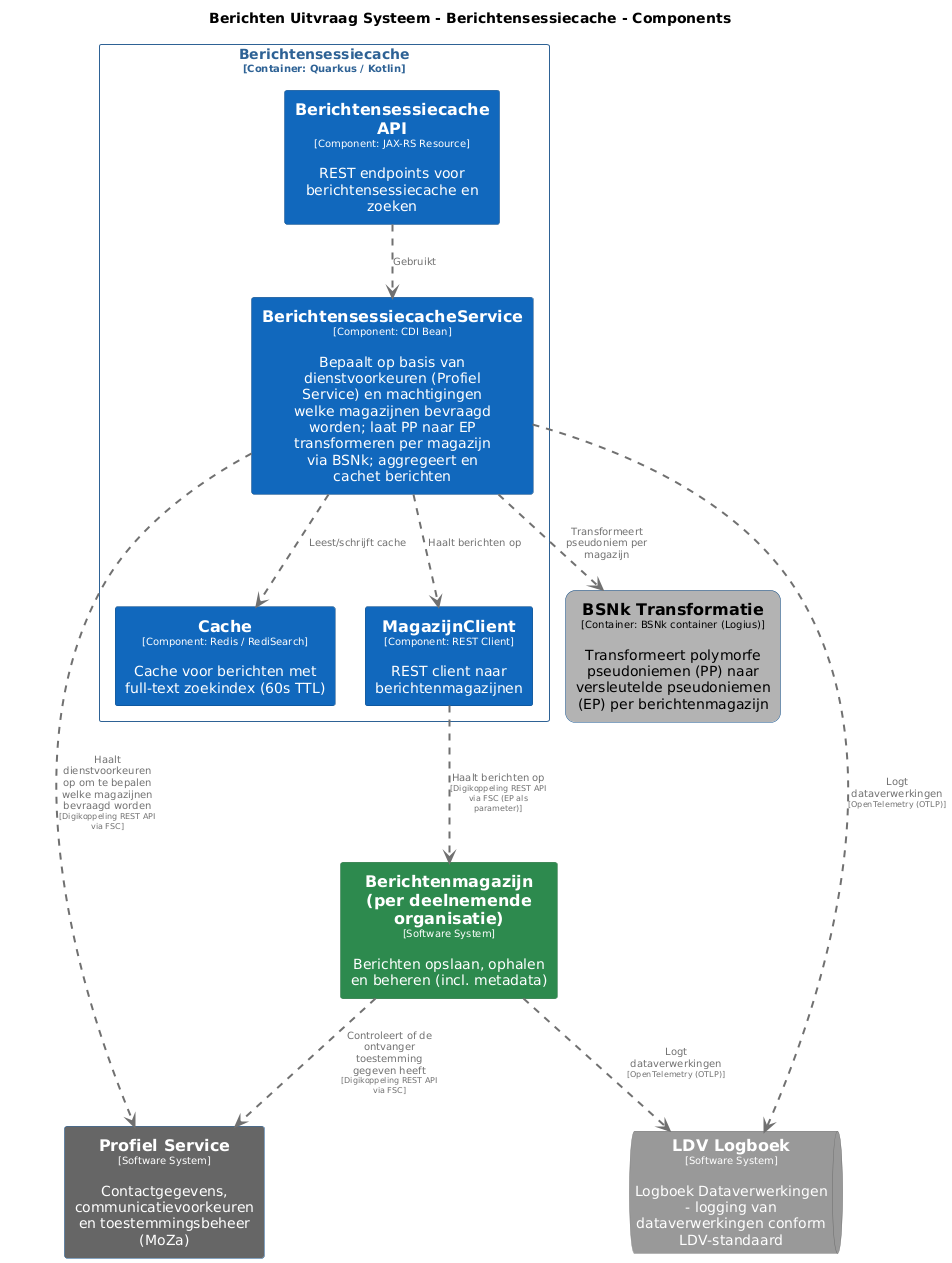
This is pr-preview/pr-22/master/png/BerichtensessiecacheComponenten.png from MinBZK/moza-poc-fbs-berichtenbox, a PlantUML export, as it was before one commit.
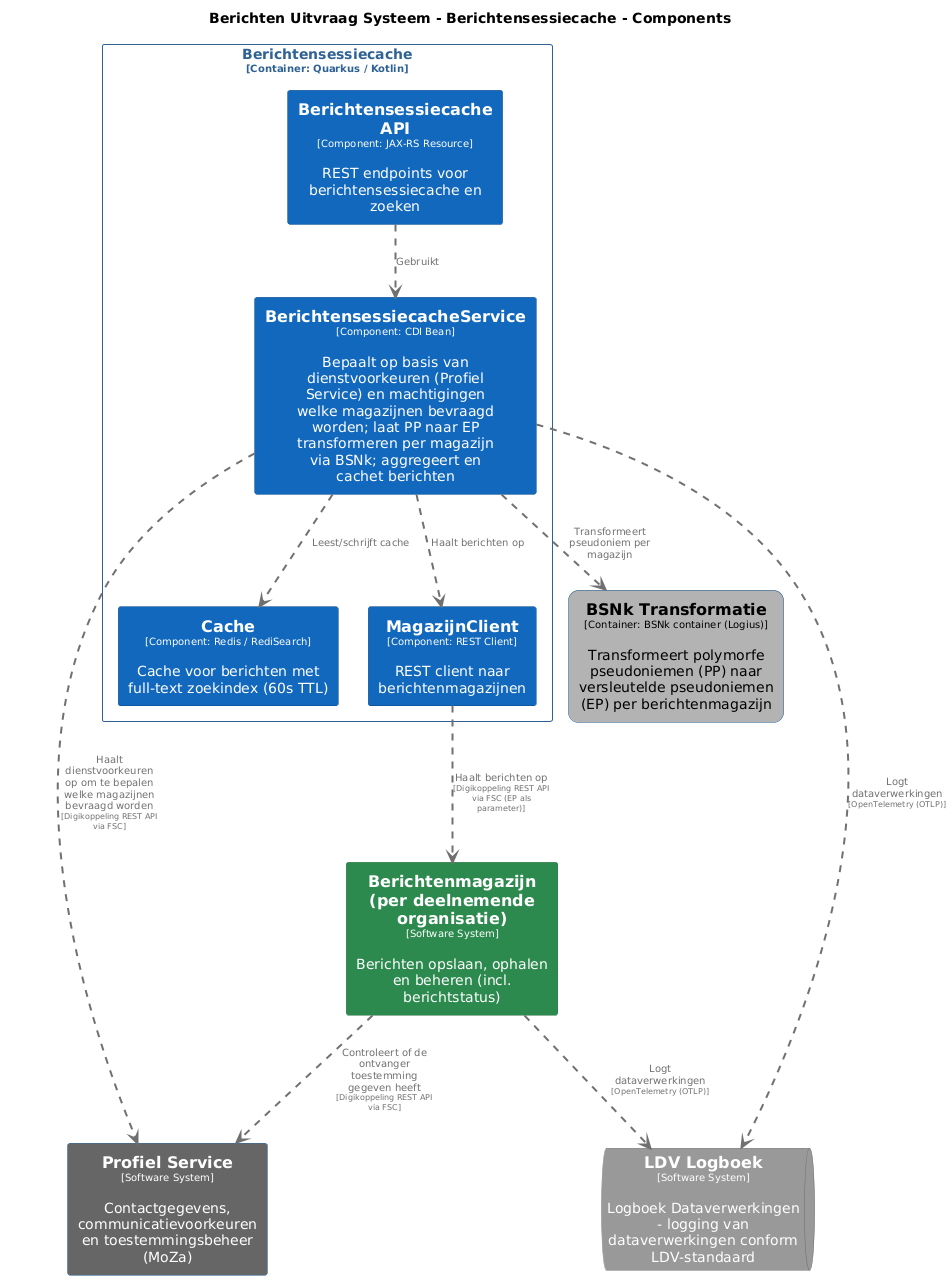
After the change.

What changed in the source:
```diff
@@ -71,7 +71,7 @@
 }
 
 rectangle "==Profiel Service\n<size:10>[Software System]</size>\n\nContactgegevens, communicatievoorkeuren en toestemmingsbeheer (MoZa)" <<ProfielService>> as ProfielService
-rectangle "==Berichtenmagazijn (per deelnemende organisatie)\n<size:10>[Software System]</size>\n\nBerichten opslaan, ophalen en beheren (incl. metadata)" <<Berichtenmagazijnperdeelnemendeorganisatie>> as Berichtenmagazijnperdeelnemendeorganisatie
+rectangle "==Berichtenmagazijn (per deelnemende organisatie)\n<size:10>[Software System]</size>\n\nBerichten opslaan, ophalen en beheren (incl. berichtstatus)" <<Berichtenmagazijnperdeelnemendeorganisatie>> as Berichtenmagazijnperdeelnemendeorganisatie
 rectangle "==BSNk Transformatie\n<size:10>[Container: BSNk container (Logius)]</size>\n\nTransformeert polymorfe pseudoniemen (PP) naar versleutelde pseudoniemen (EP) per berichtenmagazijn" <<BerichtenUitvraagSysteem.BSNkTransformatie>> as BerichtenUitvraagSysteem.BSNkTransformatie
 queue "==LDV Logboek\n<size:10>[Software System]</size>\n\nLogboek Dataverwerkingen - logging van dataverwerkingen conform LDV-standaard" <<LDVLogboek>> as LDVLogboek
 
```
